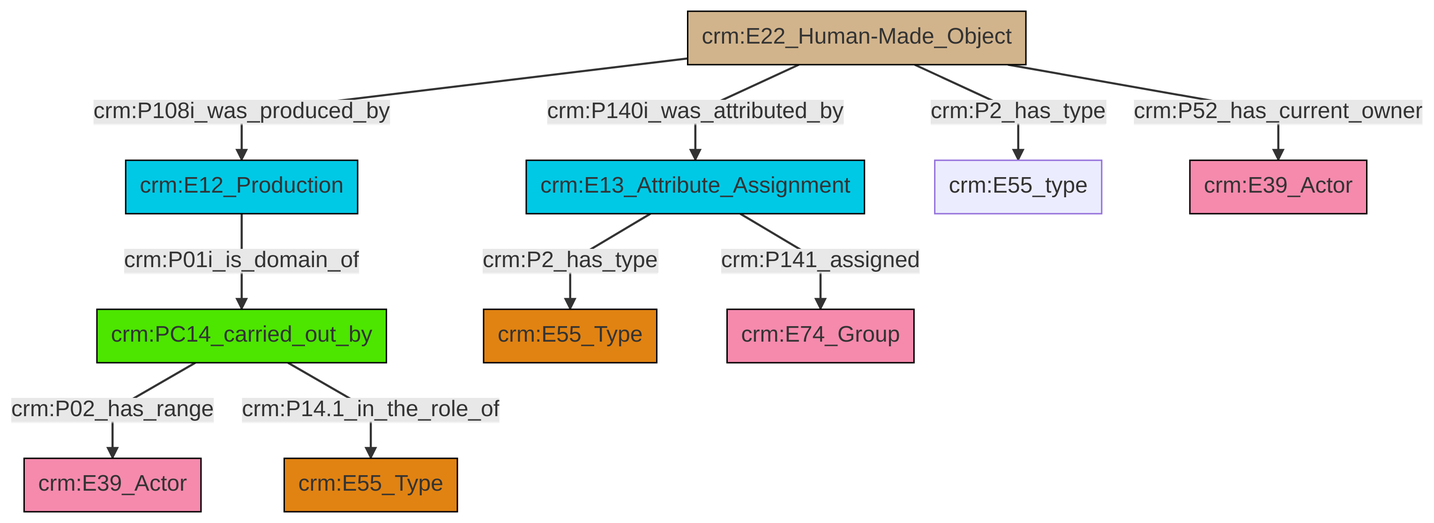
The Mermaid diagram et/builtWorkCSV/ttl/mmd/png/Built_Work_actor_relations.png in swiss-art-research-net/reference-data-models, before a commit. Its source is kept beside it as et/builtWorkCSV/ttl/mmd/Built_Work_actor_relations.ttl.mmd.
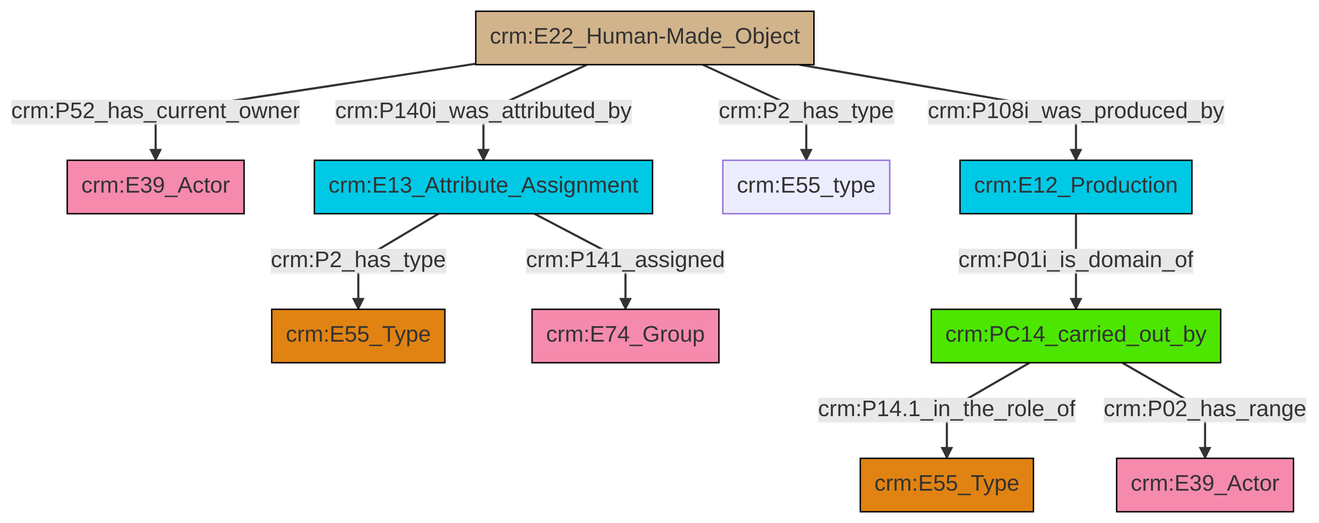
After the commit.

What changed in the source:
```diff
@@ -13,12 +13,12 @@
 classDef PC_Classes fill:#4ce600, stroke:#000000;
 classDef Multi fill:#cccccc,stroke:#000000;
 
-0["crm:PC14_carried_out_by"]:::PC_Classes -->|crm:P02_has_range| 1["crm:E39_Actor"]:::Actor
-0["crm:PC14_carried_out_by"]:::PC_Classes -->|crm:P14.1_in_the_role_of| 4["crm:E55_Type"]:::Type
-5["crm:E13_Attribute_Assignment"]:::Temporal_Entity -->|crm:P141_assigned| 6["crm:E74_Group"]:::Actor
-10["crm:E22_Human-Made_Object"]:::Physical_Thing -->|crm:P108i_was_produced_by| 7["crm:E12_Production"]:::Temporal_Entity
-5["crm:E13_Attribute_Assignment"]:::Temporal_Entity -->|crm:P2_has_type| 2["crm:E55_Type"]:::Type
-10["crm:E22_Human-Made_Object"]:::Physical_Thing -->|crm:P140i_was_attributed_by| 5["crm:E13_Attribute_Assignment"]:::Temporal_Entity
-10["crm:E22_Human-Made_Object"]:::Physical_Thing -->|crm:P2_has_type| 11["crm:E55_type"]:::Default
-10["crm:E22_Human-Made_Object"]:::Physical_Thing -->|crm:P52_has_current_owner| 15["crm:E39_Actor"]:::Actor
-7["crm:E12_Production"]:::Temporal_Entity -->|crm:P01i_is_domain_of| 0["crm:PC14_carried_out_by"]:::PC_Classes
+0["crm:E22_Human-Made_Object"]:::Physical_Thing -->|crm:P52_has_current_owner| 1["crm:E39_Actor"]:::Actor
+0["crm:E22_Human-Made_Object"]:::Physical_Thing -->|crm:P140i_was_attributed_by| 2["crm:E13_Attribute_Assignment"]:::Temporal_Entity
+2["crm:E13_Attribute_Assignment"]:::Temporal_Entity -->|crm:P2_has_type| 3["crm:E55_Type"]:::Type
+6["crm:PC14_carried_out_by"]:::PC_Classes -->|crm:P14.1_in_the_role_of| 7["crm:E55_Type"]:::Type
+0["crm:E22_Human-Made_Object"]:::Physical_Thing -->|crm:P2_has_type| 8["crm:E55_type"]:::Default
+9["crm:E12_Production"]:::Temporal_Entity -->|crm:P01i_is_domain_of| 6["crm:PC14_carried_out_by"]:::PC_Classes
+0["crm:E22_Human-Made_Object"]:::Physical_Thing -->|crm:P108i_was_produced_by| 9["crm:E12_Production"]:::Temporal_Entity
+2["crm:E13_Attribute_Assignment"]:::Temporal_Entity -->|crm:P141_assigned| 10["crm:E74_Group"]:::Actor
+6["crm:PC14_carried_out_by"]:::PC_Classes -->|crm:P02_has_range| 14["crm:E39_Actor"]:::Actor
```
